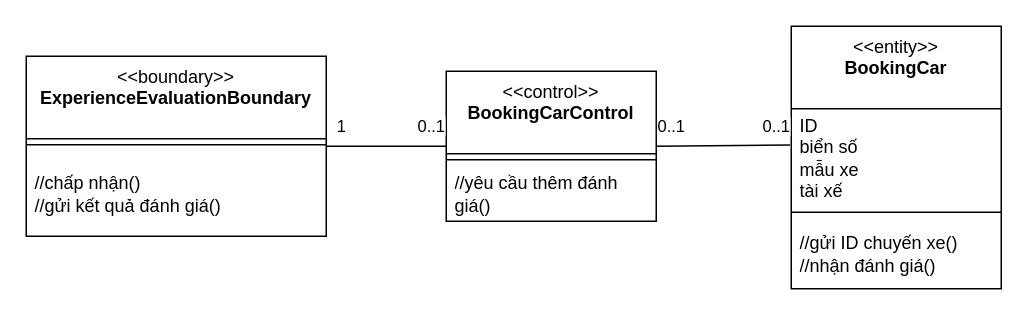
This is 2.3.2.drawio from tqlong-courses/a0-tutorial-anson66, a draw.io file, before an edit. Source tidied: cells renumbered, new cells numbered last; positions are measured from the earlier drawing's top-left corner, leaving out a move shared by most shapes. Both pictures are drawn from the tidied source at 150%, with x=0, y=0 at pixel (26, 26).
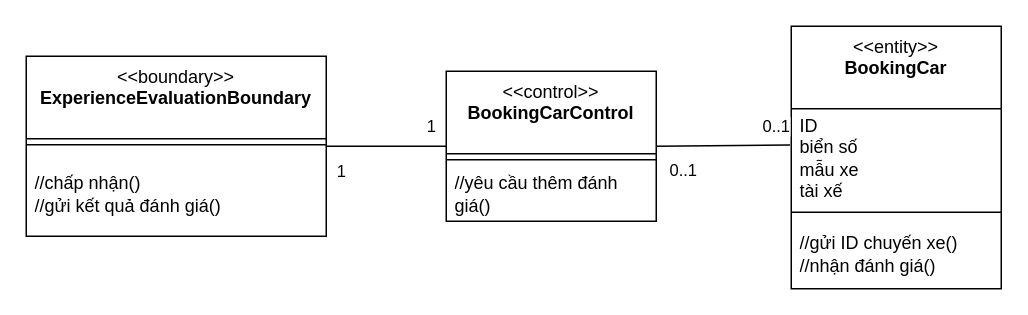
Above is the later version.

Commit message:
Cập nhật 2.3.2.drawio

Diff of the diagram source:
```diff
@@
-    <mxCell id="14" value="0..1" style="edgeLabel;html=1;align=center;verticalAlign=middle;rotation=0;" parent="1" vertex="1">
+    <mxCell id="14" value="1" style="edgeLabel;html=1;align=center;verticalAlign=middle;rotation=0;" parent="1" vertex="1">
       <mxGeometry x="250" y="80" as="geometry">
         <mxPoint x="19" y="-14" as="offset" />
       </mxGeometry>
     </mxCell>
     <mxCell id="15" value="1" style="edgeLabel;html=1;align=center;verticalAlign=middle;rotation=0;" parent="1" vertex="1">
-      <mxGeometry x="190" y="80" as="geometry">
+      <mxGeometry x="190" y="110" as="geometry">
         <mxPoint x="19" y="-14" as="offset" />
       </mxGeometry>
     </mxCell>
     <mxCell id="16" value="0..1" style="edgeLabel;html=1;align=center;verticalAlign=middle;rotation=0;" parent="1" vertex="1">
-      <mxGeometry x="410" y="80" as="geometry">
-        <mxPoint x="19" y="-14" as="offset" />
+      <mxGeometry x="400" y="110" as="geometry">
+        <mxPoint x="37" y="-15" as="offset" />
       </mxGeometry>
     </mxCell>
```
